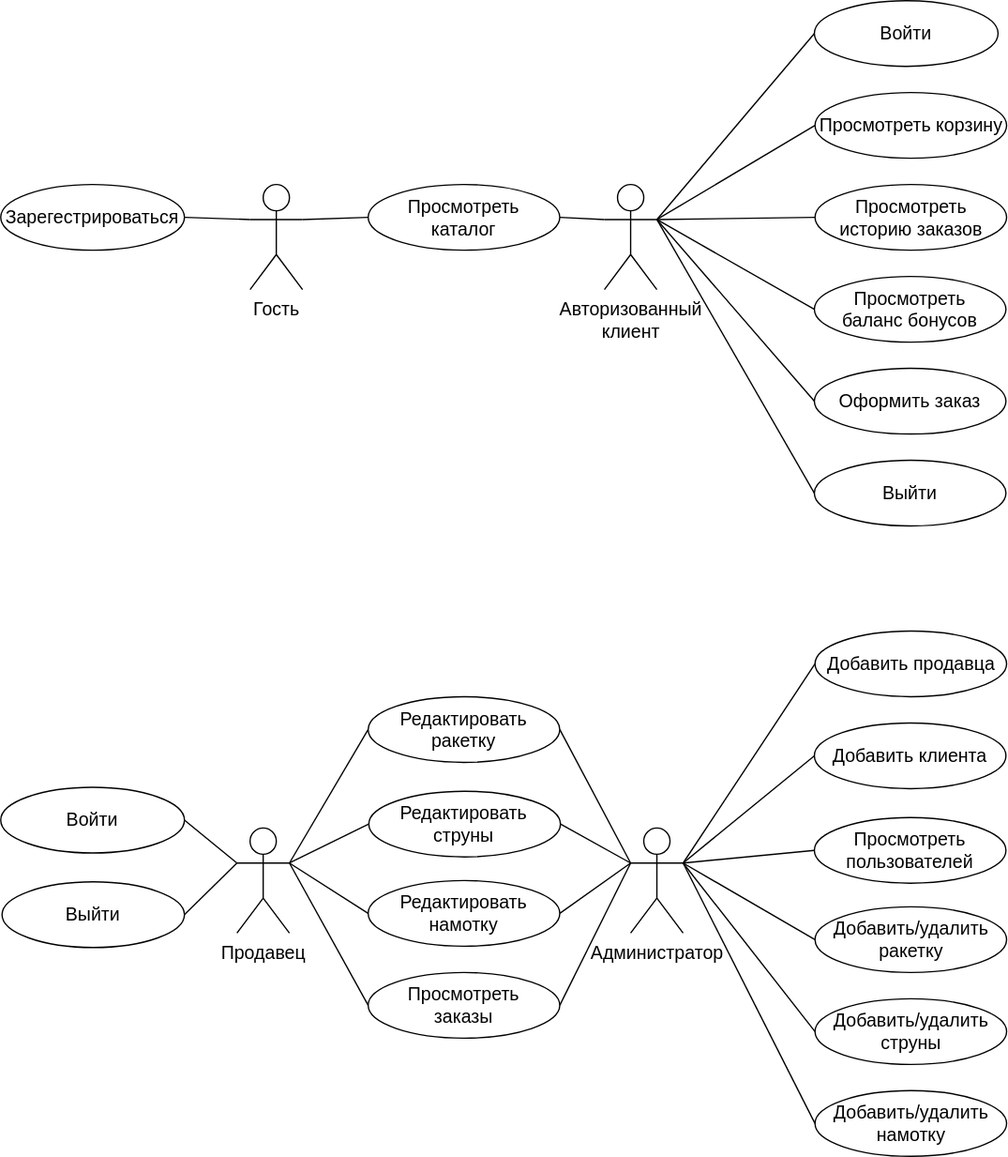
Above: schemes/svg/use-case.svg in mshsvnv/SoftwareDesign (draw.io), before the change. Source tidied: cells renumbered, new cells last; positions are measured from the earlier drawing's top-left corner, leaving out a move shared by most shapes.
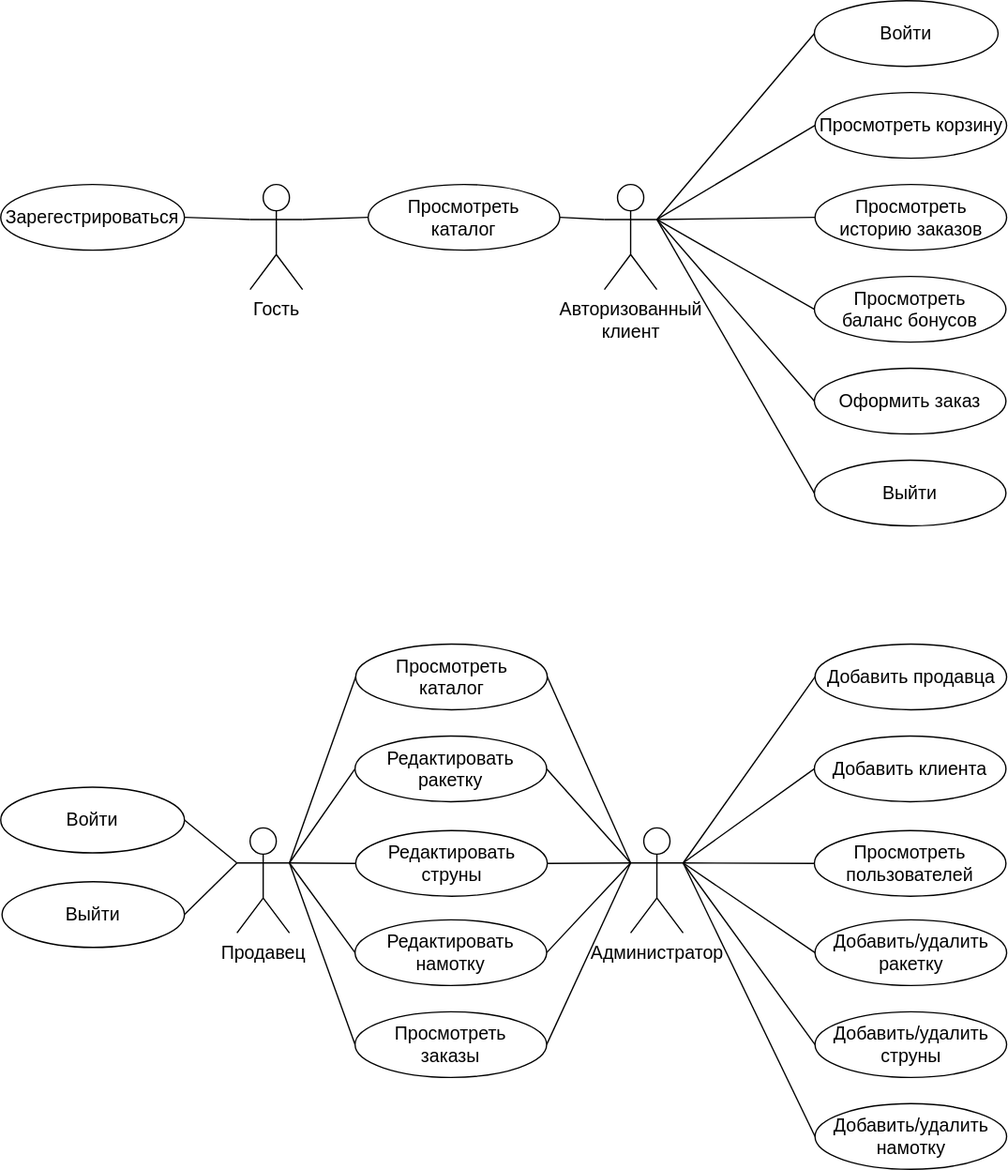
The same diagram one commit later.

What changed in the source:
```diff
@@ -5,9 +5,15 @@
     <mxCell id="2" style="group;" parent="1" vertex="1">
       <mxGeometry y="480" width="766.5" height="400" as="geometry" />
     </mxCell>
+    <mxCell id="56" style="edgeStyle=none;shape=connector;rounded=0;jettySize=auto;html=1;exitX=0;exitY=0.3333333333333333;exitDx=0;exitDy=0;exitPerimeter=0;entryX=1;entryY=0.5;entryDx=0;entryDy=0;labelBackgroundColor=default;strokeColor=default;align=center;verticalAlign=middle;fontFamily=Helvetica;fontSize=11;fontColor=default;endArrow=none;endFill=0;" parent="2" edge="1" source="3" target="59">
+      <mxGeometry relative="1" as="geometry" />
+    </mxCell>
     <mxCell id="3" value="Администратор" style="shape=umlActor;verticalLabelPosition=bottom;verticalAlign=top;html=1;outlineConnect=0;fontSize=14;" parent="2" vertex="1">
       <mxGeometry x="480" y="150" width="40" height="80" as="geometry" />
     </mxCell>
+    <mxCell id="57" style="rounded=0;jettySize=auto;html=1;exitX=1;exitY=0.3333333333333333;exitDx=0;exitDy=0;exitPerimeter=0;entryX=0;entryY=0.5;entryDx=0;entryDy=0;endArrow=none;endFill=0;" parent="2" edge="1" source="4" target="59">
+      <mxGeometry relative="1" as="geometry" />
+    </mxCell>
     <mxCell id="4" value="Продавец" style="shape=umlActor;verticalLabelPosition=bottom;verticalAlign=top;html=1;outlineConnect=0;fontSize=14;" parent="2" vertex="1">
       <mxGeometry x="180" y="150" width="40" height="80" as="geometry" />
     </mxCell>
@@ -54,7 +60,7 @@
       <mxGeometry relative="1" as="geometry" />
     </mxCell>
     <mxCell id="19" style="group;" parent="2" vertex="1">
-      <mxGeometry x="620" width="146.5" height="400" as="geometry" />
+      <mxGeometry x="620" y="10" width="146.5" height="400" as="geometry" />
     </mxCell>
     <mxCell id="20" value="Добавить продавца" style="ellipse;whiteSpace=wrap;html=1;flipV=0;flipH=0;fontSize=14;" parent="19" vertex="1">
       <mxGeometry x="0.5" width="146" height="50" as="geometry" />
@@ -86,20 +92,23 @@
     <mxCell id="29" style="edgeStyle=none;shape=connector;rounded=0;jettySize=auto;html=1;exitX=1;exitY=0.5;exitDx=0;exitDy=0;entryX=0;entryY=0.3333333333333333;entryDx=0;entryDy=0;entryPerimeter=0;labelBackgroundColor=default;strokeColor=default;align=center;verticalAlign=middle;fontFamily=Helvetica;fontSize=11;fontColor=default;endArrow=none;endFill=0;" parent="2" edge="1" source="27" target="4">
       <mxGeometry relative="1" as="geometry" />
     </mxCell>
-    <mxCell id="30" style="group;" parent="2" vertex="1">
-      <mxGeometry x="280" y="50" width="146.5" height="260" as="geometry" />
-    </mxCell>
+    <mxCell id="58" style="group;" parent="2" vertex="1">
+      <mxGeometry x="270" y="10" width="146.5" height="330" as="geometry" />
+    </mxCell>
+    <mxCell id="59" value="Просмотреть&lt;br style=&quot;border-color: var(--border-color);&quot;&gt;каталог" style="ellipse;whiteSpace=wrap;html=1;fontSize=14;" parent="58" vertex="1">
+      <mxGeometry x="0.5" width="146" height="50" as="geometry" />
+    </mxCell>
-    <mxCell id="31" value="Редактировать&lt;br style=&quot;font-size: 14px;&quot;&gt;ракетку" style="ellipse;whiteSpace=wrap;html=1;fontSize=14;" parent="30" vertex="1">
-      <mxGeometry width="146" height="50" as="geometry" />
+    <mxCell id="31" value="Редактировать&lt;br style=&quot;font-size: 14px;&quot;&gt;ракетку" style="ellipse;whiteSpace=wrap;html=1;fontSize=14;" parent="58" vertex="1">
+      <mxGeometry y="70" width="146" height="50" as="geometry" />
     </mxCell>
-    <mxCell id="32" value="Редактировать&lt;br style=&quot;font-size: 14px;&quot;&gt;струны" style="ellipse;whiteSpace=wrap;html=1;fontSize=14;" parent="30" vertex="1">
-      <mxGeometry x="0.5" y="72" width="146" height="50" as="geometry" />
+    <mxCell id="32" value="Редактировать&lt;br style=&quot;font-size: 14px;&quot;&gt;струны" style="ellipse;whiteSpace=wrap;html=1;fontSize=14;" parent="58" vertex="1">
+      <mxGeometry x="0.5" y="142" width="146" height="50" as="geometry" />
     </mxCell>
-    <mxCell id="33" value="Редактировать&lt;br style=&quot;font-size: 14px;&quot;&gt;намотку" style="ellipse;whiteSpace=wrap;html=1;fontSize=14;" parent="30" vertex="1">
-      <mxGeometry y="140" width="146" height="50" as="geometry" />
+    <mxCell id="33" value="Редактировать&lt;br style=&quot;font-size: 14px;&quot;&gt;намотку" style="ellipse;whiteSpace=wrap;html=1;fontSize=14;" parent="58" vertex="1">
+      <mxGeometry y="210" width="146" height="50" as="geometry" />
     </mxCell>
-    <mxCell id="34" value="Просмотреть&lt;br style=&quot;font-size: 14px;&quot;&gt;заказы" style="ellipse;whiteSpace=wrap;html=1;fontSize=14;" parent="30" vertex="1">
-      <mxGeometry y="210" width="146" height="50" as="geometry" />
+    <mxCell id="34" value="Просмотреть&lt;br style=&quot;font-size: 14px;&quot;&gt;заказы" style="ellipse;whiteSpace=wrap;html=1;fontSize=14;" parent="58" vertex="1">
+      <mxGeometry y="280" width="146" height="50" as="geometry" />
     </mxCell>
     <mxCell id="35" style="group;" parent="1" vertex="1">
       <mxGeometry width="766.5" height="400" as="geometry" />
```
